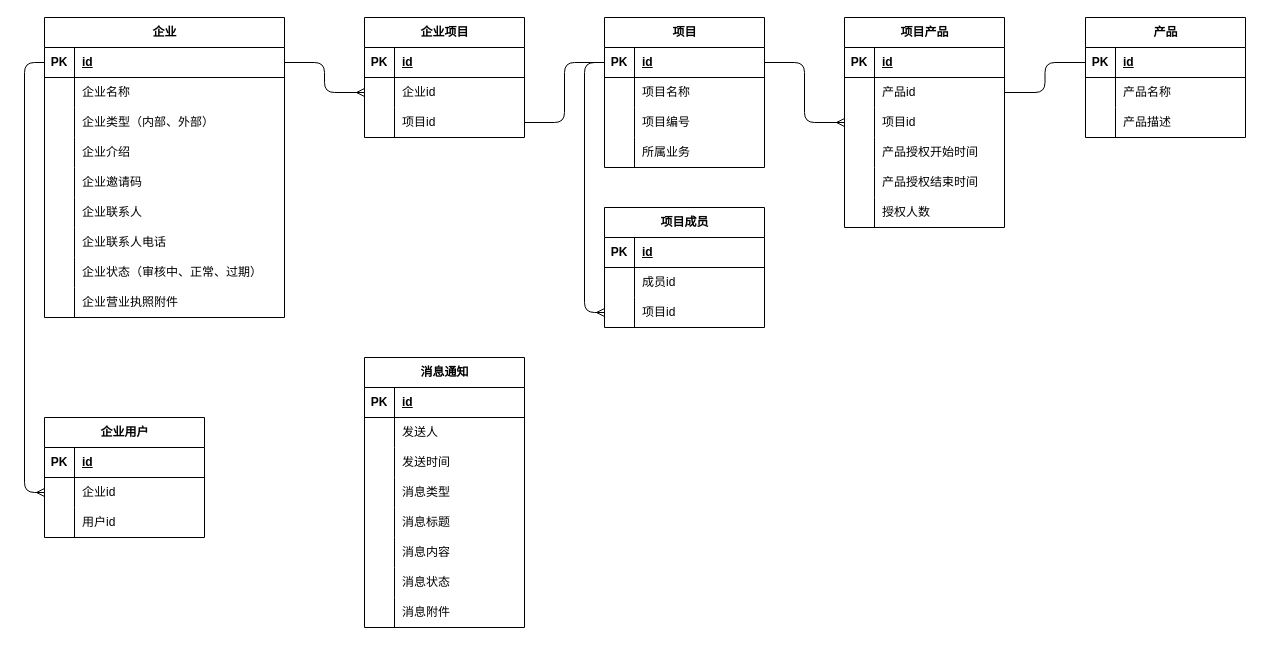
Above: page "E-R图" (1 of 4) of others/产品中心.drawio in Qunz/drawio (draw.io), before the change. Source tidied: cells renumbered, new cells numbered last; positions are measured from the earlier drawing's top-left corner, leaving out a move shared by most shapes. Both pictures are drawn from the tidied source at 100%, with x=0, y=0 at pixel (44, 17).
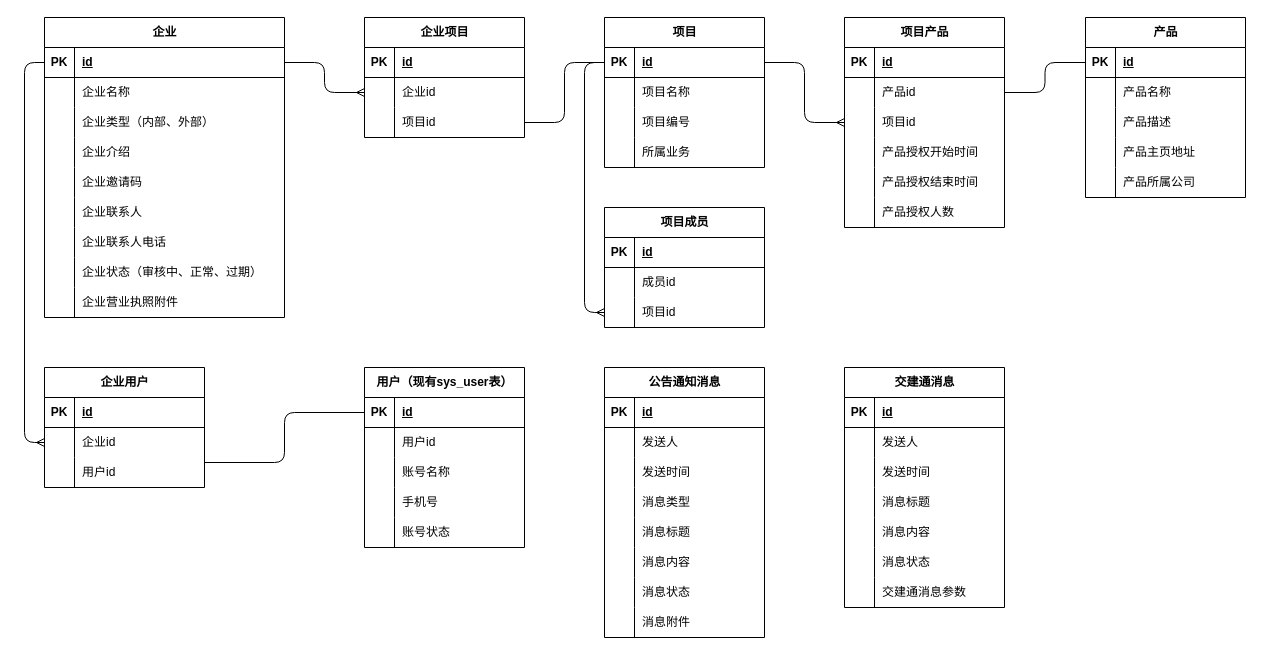
The same diagram, later.

Commit message:
更新产品中心.drawio

Unchanged cells that the change refers to:
```xml
<mxCell id="69" style="shape=tableRow;horizontal=0;startSize=0;swimlaneHead=0;swimlaneBody=0;fillColor=none;top=0;left=0;right=0;bottom=0;" parent="53" vertex="1">
  <mxGeometry y="180" width="160" height="30" as="geometry" />
</mxCell>
<mxCell id="106" style="shape=tableRow;horizontal=0;startSize=0;swimlaneHead=0;swimlaneBody=0;fillColor=none;points=[[0,0.5],[1,0.5]];portConstraint=eastwest;top=0;left=0;right=0;bottom=0;" parent="99" vertex="1">
  <mxGeometry y="90" width="160" height="30" as="geometry" />
</mxCell>
```

The edit, as a diff of the source:
```diff
@@
-    <mxCell id="71" value="授权人数" style="shape=partialRectangle;fillColor=none;top=0;left=0;bottom=0;right=0;align=left;spacingLeft=6;overflow=hidden;whiteSpace=wrap;html=1;" parent="69" vertex="1">
+    <mxCell id="71" value="产品授权人数" style="shape=partialRectangle;fillColor=none;top=0;left=0;bottom=0;right=0;align=left;spacingLeft=6;overflow=hidden;whiteSpace=wrap;html=1;" parent="69" vertex="1">
       <mxGeometry x="30" width="130" height="30" as="geometry" />
     </mxCell>
-    <mxCell id="72" value="消息通知" style="shape=table;startSize=30;childLayout=tableLayout;rowLines=0;fontStyle=1;align=center;html=1;" parent="1" vertex="1">
-      <mxGeometry x="320" y="340" width="160" height="270" as="geometry" />
+    <mxCell id="72" value="公告通知消息" style="shape=table;startSize=30;childLayout=tableLayout;rowLines=0;fontStyle=1;align=center;html=1;" parent="1" vertex="1">
+      <mxGeometry x="560" y="350" width="160" height="270" as="geometry" />
     </mxCell>
@@
     <mxCell id="99" value="企业用户" style="shape=table;startSize=30;childLayout=tableLayout;rowLines=0;fontStyle=1;align=center;html=1;" parent="1" vertex="1">
-      <mxGeometry y="400" width="160" height="120" as="geometry" />
+      <mxGeometry y="350" width="160" height="120" as="geometry" />
     </mxCell>
@@
     <mxCell id="122" value="产品" style="shape=table;startSize=30;childLayout=tableLayout;rowLines=0;fontStyle=1;align=center;html=1;" parent="1" vertex="1">
-      <mxGeometry x="1041" width="160" height="120" as="geometry" />
+      <mxGeometry x="1041" width="160" height="180" as="geometry" />
     </mxCell>
@@
+    <mxCell id="133" style="shape=tableRow;horizontal=0;startSize=0;swimlaneHead=0;swimlaneBody=0;fillColor=none;top=0;left=0;right=0;bottom=0;" parent="122" vertex="1">
+      <mxGeometry y="120" width="160" height="30" as="geometry" />
+    </mxCell>
+    <mxCell id="134" style="shape=partialRectangle;fillColor=none;top=0;left=0;bottom=0;right=0;overflow=hidden;whiteSpace=wrap;html=1;" parent="133" vertex="1">
+      <mxGeometry width="30" height="30" as="geometry" />
+    </mxCell>
+    <mxCell id="135" value="产品主页地址" style="shape=partialRectangle;fillColor=none;top=0;left=0;bottom=0;right=0;align=left;spacingLeft=6;overflow=hidden;whiteSpace=wrap;html=1;" parent="133" vertex="1">
+      <mxGeometry x="30" width="130" height="30" as="geometry" />
+    </mxCell>
+    <mxCell id="136" style="shape=tableRow;horizontal=0;startSize=0;swimlaneHead=0;swimlaneBody=0;fillColor=none;top=0;left=0;right=0;bottom=0;" parent="122" vertex="1">
+      <mxGeometry y="150" width="160" height="30" as="geometry" />
+    </mxCell>
+    <mxCell id="137" style="shape=partialRectangle;fillColor=none;top=0;left=0;bottom=0;right=0;overflow=hidden;whiteSpace=wrap;html=1;" parent="136" vertex="1">
+      <mxGeometry width="30" height="30" as="geometry" />
+    </mxCell>
+    <mxCell id="138" value="产品所属公司" style="shape=partialRectangle;fillColor=none;top=0;left=0;bottom=0;right=0;align=left;spacingLeft=6;overflow=hidden;whiteSpace=wrap;html=1;" parent="136" vertex="1">
+      <mxGeometry x="30" width="130" height="30" as="geometry" />
+    </mxCell>
@@
+    <mxCell id="139" value="交建通消息" style="shape=table;startSize=30;childLayout=tableLayout;rowLines=0;fontStyle=1;align=center;html=1;" parent="1" vertex="1">
+      <mxGeometry x="800" y="350" width="160" height="240" as="geometry" />
+    </mxCell>
+    <mxCell id="140" style="shape=tableRow;horizontal=0;startSize=0;swimlaneHead=0;swimlaneBody=0;fillColor=none;top=0;left=0;right=0;bottom=1;" parent="139" vertex="1">
+      <mxGeometry y="30" width="160" height="30" as="geometry" />
+    </mxCell>
+    <mxCell id="141" value="PK" style="shape=partialRectangle;fillColor=none;top=0;left=0;bottom=0;right=0;fontStyle=1;overflow=hidden;whiteSpace=wrap;html=1;" parent="140" vertex="1">
+      <mxGeometry width="30" height="30" as="geometry" />
+    </mxCell>
+    <mxCell id="142" value="id" style="shape=partialRectangle;fillColor=none;top=0;left=0;bottom=0;right=0;align=left;spacingLeft=6;fontStyle=5;overflow=hidden;whiteSpace=wrap;html=1;" parent="140" vertex="1">
+      <mxGeometry x="30" width="130" height="30" as="geometry" />
+    </mxCell>
+    <mxCell id="143" style="shape=tableRow;horizontal=0;startSize=0;swimlaneHead=0;swimlaneBody=0;fillColor=none;top=0;left=0;right=0;bottom=0;" parent="139" vertex="1">
+      <mxGeometry y="60" width="160" height="30" as="geometry" />
+    </mxCell>
+    <mxCell id="144" style="shape=partialRectangle;fillColor=none;top=0;left=0;bottom=0;right=0;overflow=hidden;whiteSpace=wrap;html=1;" parent="143" vertex="1">
+      <mxGeometry width="30" height="30" as="geometry" />
+    </mxCell>
+    <mxCell id="145" value="发送人" style="shape=partialRectangle;fillColor=none;top=0;left=0;bottom=0;right=0;align=left;spacingLeft=6;overflow=hidden;whiteSpace=wrap;html=1;" parent="143" vertex="1">
+      <mxGeometry x="30" width="130" height="30" as="geometry" />
+    </mxCell>
+    <mxCell id="146" style="shape=tableRow;horizontal=0;startSize=0;swimlaneHead=0;swimlaneBody=0;fillColor=none;top=0;left=0;right=0;bottom=0;" parent="139" vertex="1">
+      <mxGeometry y="90" width="160" height="30" as="geometry" />
+    </mxCell>
+    <mxCell id="147" style="shape=partialRectangle;fillColor=none;top=0;left=0;bottom=0;right=0;overflow=hidden;whiteSpace=wrap;html=1;" parent="146" vertex="1">
+      <mxGeometry width="30" height="30" as="geometry" />
+    </mxCell>
+    <mxCell id="148" value="发送时间" style="shape=partialRectangle;fillColor=none;top=0;left=0;bottom=0;right=0;align=left;spacingLeft=6;overflow=hidden;whiteSpace=wrap;html=1;" parent="146" vertex="1">
+      <mxGeometry x="30" width="130" height="30" as="geometry" />
+    </mxCell>
+    <mxCell id="149" style="shape=tableRow;horizontal=0;startSize=0;swimlaneHead=0;swimlaneBody=0;fillColor=none;top=0;left=0;right=0;bottom=0;" parent="139" vertex="1">
+      <mxGeometry y="120" width="160" height="30" as="geometry" />
+    </mxCell>
+    <mxCell id="150" style="shape=partialRectangle;fillColor=none;top=0;left=0;bottom=0;right=0;overflow=hidden;whiteSpace=wrap;html=1;" parent="149" vertex="1">
+      <mxGeometry width="30" height="30" as="geometry" />
+    </mxCell>
+    <mxCell id="151" value="消息标题" style="shape=partialRectangle;fillColor=none;top=0;left=0;bottom=0;right=0;align=left;spacingLeft=6;overflow=hidden;whiteSpace=wrap;html=1;" parent="149" vertex="1">
+      <mxGeometry x="30" width="130" height="30" as="geometry" />
+    </mxCell>
+    <mxCell id="152" style="shape=tableRow;horizontal=0;startSize=0;swimlaneHead=0;swimlaneBody=0;fillColor=none;top=0;left=0;right=0;bottom=0;" parent="139" vertex="1">
+      <mxGeometry y="150" width="160" height="30" as="geometry" />
+    </mxCell>
+    <mxCell id="153" style="shape=partialRectangle;fillColor=none;top=0;left=0;bottom=0;right=0;overflow=hidden;whiteSpace=wrap;html=1;" parent="152" vertex="1">
+      <mxGeometry width="30" height="30" as="geometry" />
+    </mxCell>
+    <mxCell id="154" value="消息内容" style="shape=partialRectangle;fillColor=none;top=0;left=0;bottom=0;right=0;align=left;spacingLeft=6;overflow=hidden;whiteSpace=wrap;html=1;" parent="152" vertex="1">
+      <mxGeometry x="30" width="130" height="30" as="geometry" />
+    </mxCell>
+    <mxCell id="155" style="shape=tableRow;horizontal=0;startSize=0;swimlaneHead=0;swimlaneBody=0;fillColor=none;top=0;left=0;right=0;bottom=0;" parent="139" vertex="1">
+      <mxGeometry y="180" width="160" height="30" as="geometry" />
+    </mxCell>
+    <mxCell id="156" style="shape=partialRectangle;fillColor=none;top=0;left=0;bottom=0;right=0;overflow=hidden;whiteSpace=wrap;html=1;" parent="155" vertex="1">
+      <mxGeometry width="30" height="30" as="geometry" />
+    </mxCell>
+    <mxCell id="157" value="消息状态" style="shape=partialRectangle;fillColor=none;top=0;left=0;bottom=0;right=0;align=left;spacingLeft=6;overflow=hidden;whiteSpace=wrap;html=1;" parent="155" vertex="1">
+      <mxGeometry x="30" width="130" height="30" as="geometry" />
+    </mxCell>
+    <mxCell id="158" style="shape=tableRow;horizontal=0;startSize=0;swimlaneHead=0;swimlaneBody=0;fillColor=none;top=0;left=0;right=0;bottom=0;" parent="139" vertex="1">
+      <mxGeometry y="210" width="160" height="30" as="geometry" />
+    </mxCell>
+    <mxCell id="159" style="shape=partialRectangle;fillColor=none;top=0;left=0;bottom=0;right=0;overflow=hidden;whiteSpace=wrap;html=1;" parent="158" vertex="1">
+      <mxGeometry width="30" height="30" as="geometry" />
+    </mxCell>
+    <mxCell id="160" value="交建通消息参数" style="shape=partialRectangle;fillColor=none;top=0;left=0;bottom=0;right=0;align=left;spacingLeft=6;overflow=hidden;whiteSpace=wrap;html=1;" parent="158" vertex="1">
+      <mxGeometry x="30" width="130" height="30" as="geometry" />
+    </mxCell>
+    <mxCell id="161" value="用户（现有sys_user表）" style="shape=table;startSize=30;childLayout=tableLayout;rowLines=0;fontStyle=1;align=center;html=1;" parent="1" vertex="1">
+      <mxGeometry x="320" y="350" width="160" height="180" as="geometry" />
+    </mxCell>
+    <mxCell id="162" style="shape=tableRow;horizontal=0;startSize=0;swimlaneHead=0;swimlaneBody=0;fillColor=none;points=[[0,0.5],[1,0.5]];portConstraint=eastwest;top=0;left=0;right=0;bottom=1;" parent="161" vertex="1">
+      <mxGeometry y="30" width="160" height="30" as="geometry" />
+    </mxCell>
+    <mxCell id="163" value="PK" style="shape=partialRectangle;fillColor=none;top=0;left=0;bottom=0;right=0;fontStyle=1;overflow=hidden;whiteSpace=wrap;html=1;" parent="162" vertex="1">
+      <mxGeometry width="30" height="30" as="geometry" />
+    </mxCell>
+    <mxCell id="164" value="id" style="shape=partialRectangle;fillColor=none;top=0;left=0;bottom=0;right=0;align=left;spacingLeft=6;fontStyle=5;overflow=hidden;whiteSpace=wrap;html=1;" parent="162" vertex="1">
+      <mxGeometry x="30" width="130" height="30" as="geometry" />
+    </mxCell>
+    <mxCell id="165" style="shape=tableRow;horizontal=0;startSize=0;swimlaneHead=0;swimlaneBody=0;fillColor=none;top=0;left=0;right=0;bottom=0;" parent="161" vertex="1">
+      <mxGeometry y="60" width="160" height="30" as="geometry" />
+    </mxCell>
+    <mxCell id="166" style="shape=partialRectangle;fillColor=none;top=0;left=0;bottom=0;right=0;overflow=hidden;whiteSpace=wrap;html=1;" parent="165" vertex="1">
+      <mxGeometry width="30" height="30" as="geometry" />
+    </mxCell>
+    <mxCell id="167" value="用户id" style="shape=partialRectangle;fillColor=none;top=0;left=0;bottom=0;right=0;align=left;spacingLeft=6;overflow=hidden;whiteSpace=wrap;html=1;" parent="165" vertex="1">
+      <mxGeometry x="30" width="130" height="30" as="geometry" />
+    </mxCell>
+    <mxCell id="168" style="shape=tableRow;horizontal=0;startSize=0;swimlaneHead=0;swimlaneBody=0;fillColor=none;top=0;left=0;right=0;bottom=0;" parent="161" vertex="1">
+      <mxGeometry y="90" width="160" height="30" as="geometry" />
+    </mxCell>
+    <mxCell id="169" style="shape=partialRectangle;fillColor=none;top=0;left=0;bottom=0;right=0;overflow=hidden;whiteSpace=wrap;html=1;" parent="168" vertex="1">
+      <mxGeometry width="30" height="30" as="geometry" />
+    </mxCell>
+    <mxCell id="170" value="账号名称" style="shape=partialRectangle;fillColor=none;top=0;left=0;bottom=0;right=0;align=left;spacingLeft=6;overflow=hidden;whiteSpace=wrap;html=1;" parent="168" vertex="1">
+      <mxGeometry x="30" width="130" height="30" as="geometry" />
+    </mxCell>
+    <mxCell id="171" style="shape=tableRow;horizontal=0;startSize=0;swimlaneHead=0;swimlaneBody=0;fillColor=none;top=0;left=0;right=0;bottom=0;" parent="161" vertex="1">
+      <mxGeometry y="120" width="160" height="30" as="geometry" />
+    </mxCell>
+    <mxCell id="172" style="shape=partialRectangle;fillColor=none;top=0;left=0;bottom=0;right=0;overflow=hidden;whiteSpace=wrap;html=1;" parent="171" vertex="1">
+      <mxGeometry width="30" height="30" as="geometry" />
+    </mxCell>
+    <mxCell id="173" value="手机号" style="shape=partialRectangle;fillColor=none;top=0;left=0;bottom=0;right=0;align=left;spacingLeft=6;overflow=hidden;whiteSpace=wrap;html=1;" parent="171" vertex="1">
+      <mxGeometry x="30" width="130" height="30" as="geometry" />
+    </mxCell>
+    <mxCell id="174" style="shape=tableRow;horizontal=0;startSize=0;swimlaneHead=0;swimlaneBody=0;fillColor=none;top=0;left=0;right=0;bottom=0;" parent="161" vertex="1">
+      <mxGeometry y="150" width="160" height="30" as="geometry" />
+    </mxCell>
+    <mxCell id="175" style="shape=partialRectangle;fillColor=none;top=0;left=0;bottom=0;right=0;overflow=hidden;whiteSpace=wrap;html=1;" parent="174" vertex="1">
+      <mxGeometry width="30" height="30" as="geometry" />
+    </mxCell>
+    <mxCell id="176" value="账号状态" style="shape=partialRectangle;fillColor=none;top=0;left=0;bottom=0;right=0;align=left;spacingLeft=6;overflow=hidden;whiteSpace=wrap;html=1;" parent="174" vertex="1">
+      <mxGeometry x="30" width="130" height="30" as="geometry" />
+    </mxCell>
+    <mxCell id="177" style="edgeStyle=orthogonalEdgeStyle;rounded=1;jettySize=auto;html=1;endArrow=none;endFill=0;curved=0;strokeColor=default;" parent="1" edge="1" source="106" target="162">
+      <mxGeometry relative="1" as="geometry">
+        <Array as="points">
+          <mxPoint x="240" y="445" />
+          <mxPoint x="240" y="395" />
+        </Array>
+      </mxGeometry>
+    </mxCell>
```
